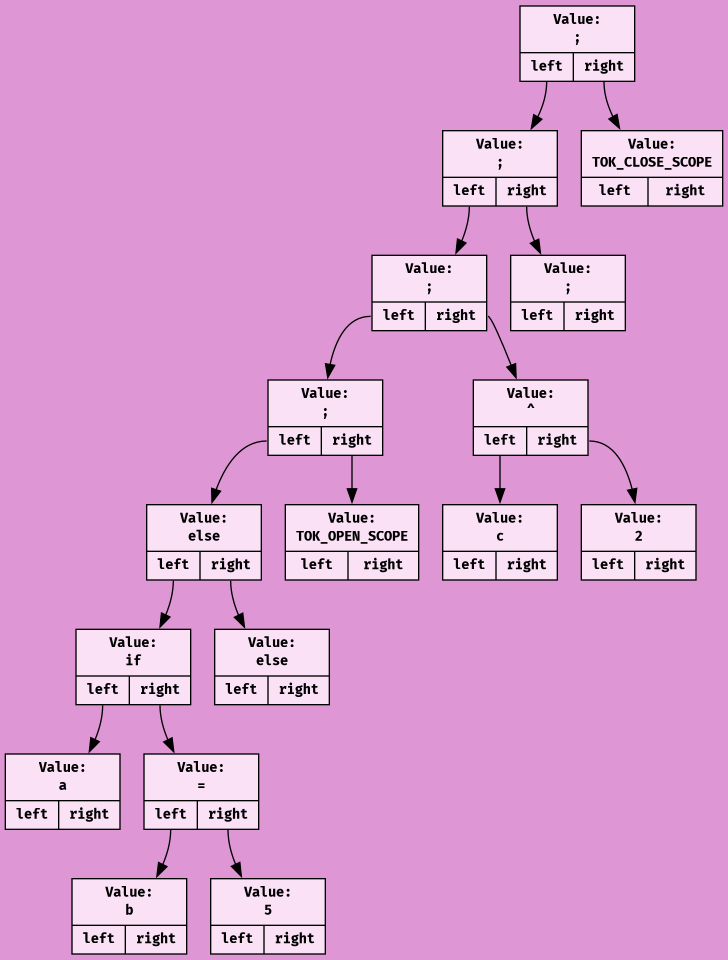
This is examples/ast.png from Wool5443/Thistle, a Graphviz export, as it was before one commit. Its source is kept beside it as examples/ast.dot.
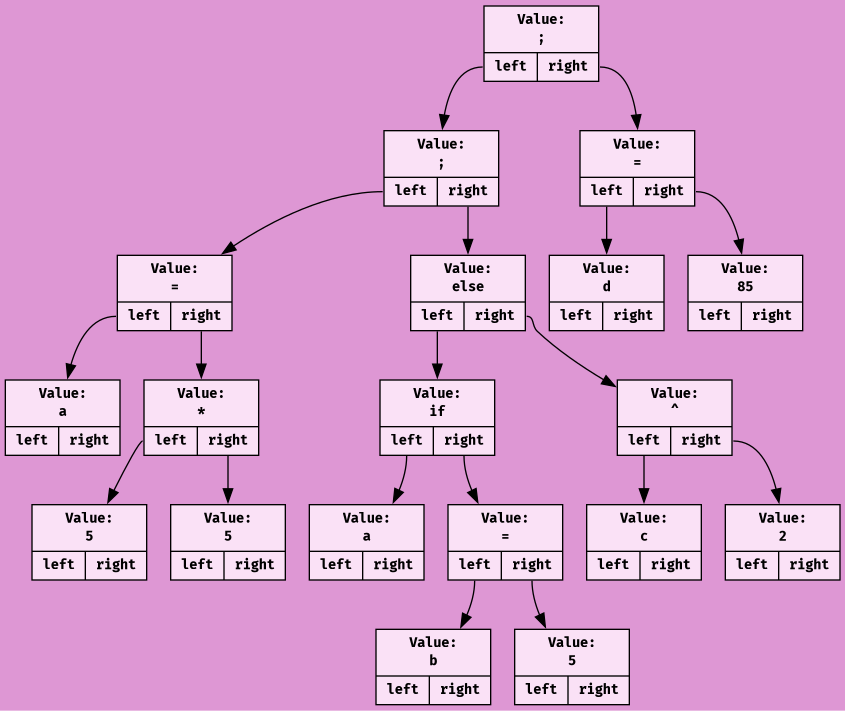
After the change.

What changed in the source:
```diff
@@ -3,39 +3,43 @@
 rankdir = TB;
 node[shape = record, color = "#000000", fontname = "Fira Code Bold", fontsize = 10];
 bgcolor = "#de97d4";
-NODE_0x7a2adadffb80[style = "filled", fillcolor = "#fae1f6", label = "{Value:\n;|{<left>left|<right>right}}"];
-NODE_0x7a2adadffb10[style = "filled", fillcolor = "#fae1f6", label = "{Value:\n;|{<left>left|<right>right}}"];
-NODE_0x7a2adadffaa0[style = "filled", fillcolor = "#fae1f6", label = "{Value:\n;|{<left>left|<right>right}}"];
-NODE_0x7a2adadff9c0[style = "filled", fillcolor = "#fae1f6", label = "{Value:\n;|{<left>left|<right>right}}"];
-NODE_0x7a2adadff950[style = "filled", fillcolor = "#fae1f6", label = "{Value:\nelse|{<left>left|<right>right}}"];
-NODE_0x7a2adadff8e0[style = "filled", fillcolor = "#fae1f6", label = "{Value:\nif|{<left>left|<right>right}}"];
-NODE_0x7a2adadff800[style = "filled", fillcolor = "#fae1f6", label = "{Value:\na|{<left>left|<right>right}}"];
-NODE_0x7a2adadff8a8[style = "filled", fillcolor = "#fae1f6", label = "{Value:\n=|{<left>left|<right>right}}"];
-NODE_0x7a2adadff838[style = "filled", fillcolor = "#fae1f6", label = "{Value:\nb|{<left>left|<right>right}}"];
-NODE_0x7a2adadff870[style = "filled", fillcolor = "#fae1f6", label = "{Value:\n5|{<left>left|<right>right}}"];
-NODE_0x7a2adadff918[style = "filled", fillcolor = "#fae1f6", label = "{Value:\nelse|{<left>left|<right>right}}"];
-NODE_0x7a2adadff988[style = "filled", fillcolor = "#fae1f6", label = "{Value:\nTOK_OPEN_SCOPE|{<left>left|<right>right}}"];
-NODE_0x7a2adadffa68[style = "filled", fillcolor = "#fae1f6", label = "{Value:\n^|{<left>left|<right>right}}"];
-NODE_0x7a2adadff9f8[style = "filled", fillcolor = "#fae1f6", label = "{Value:\nc|{<left>left|<right>right}}"];
-NODE_0x7a2adadffa30[style = "filled", fillcolor = "#fae1f6", label = "{Value:\n2|{<left>left|<right>right}}"];
-NODE_0x7a2adadffad8[style = "filled", fillcolor = "#fae1f6", label = "{Value:\n;|{<left>left|<right>right}}"];
-NODE_0x7a2adadffb48[style = "filled", fillcolor = "#fae1f6", label = "{Value:\nTOK_CLOSE_SCOPE|{<left>left|<right>right}}"];
-NODE_0x7a2adadffb80:left->NODE_0x7a2adadffb10;
-NODE_0x7a2adadffb10:left->NODE_0x7a2adadffaa0;
-NODE_0x7a2adadffaa0:left->NODE_0x7a2adadff9c0;
-NODE_0x7a2adadff9c0:left->NODE_0x7a2adadff950;
-NODE_0x7a2adadff950:left->NODE_0x7a2adadff8e0;
-NODE_0x7a2adadff8e0:left->NODE_0x7a2adadff800;
-NODE_0x7a2adadff8e0:right->NODE_0x7a2adadff8a8;
-NODE_0x7a2adadff8a8:left->NODE_0x7a2adadff838;
-NODE_0x7a2adadff8a8:right->NODE_0x7a2adadff870;
-NODE_0x7a2adadff950:right->NODE_0x7a2adadff918;
-NODE_0x7a2adadff9c0:right->NODE_0x7a2adadff988;
-NODE_0x7a2adadffaa0:right->NODE_0x7a2adadffa68;
-NODE_0x7a2adadffa68:left->NODE_0x7a2adadff9f8;
-NODE_0x7a2adadffa68:right->NODE_0x7a2adadffa30;
-NODE_0x7a2adadffb10:right->NODE_0x7a2adadffad8;
-NODE_0x7a2adadffb80:right->NODE_0x7a2adadffb48;
+NODE_0x7599df9ffbf0[style = "filled", fillcolor = "#fae1f6", label = "{Value:\n;|{<left>left|<right>right}}"];
+NODE_0x7599df9ffb10[style = "filled", fillcolor = "#fae1f6", label = "{Value:\n;|{<left>left|<right>right}}"];
+NODE_0x7599df9ff8e0[style = "filled", fillcolor = "#fae1f6", label = "{Value:\n=|{<left>left|<right>right}}"];
+NODE_0x7599df9ff800[style = "filled", fillcolor = "#fae1f6", label = "{Value:\na|{<left>left|<right>right}}"];
+NODE_0x7599df9ff8a8[style = "filled", fillcolor = "#fae1f6", label = "{Value:\n*|{<left>left|<right>right}}"];
+NODE_0x7599df9ff838[style = "filled", fillcolor = "#fae1f6", label = "{Value:\n5|{<left>left|<right>right}}"];
+NODE_0x7599df9ff870[style = "filled", fillcolor = "#fae1f6", label = "{Value:\n5|{<left>left|<right>right}}"];
+NODE_0x7599df9ffad8[style = "filled", fillcolor = "#fae1f6", label = "{Value:\nelse|{<left>left|<right>right}}"];
+NODE_0x7599df9ff9f8[style = "filled", fillcolor = "#fae1f6", label = "{Value:\nif|{<left>left|<right>right}}"];
+NODE_0x7599df9ff918[style = "filled", fillcolor = "#fae1f6", label = "{Value:\na|{<left>left|<right>right}}"];
+NODE_0x7599df9ff9c0[style = "filled", fillcolor = "#fae1f6", label = "{Value:\n=|{<left>left|<right>right}}"];
+NODE_0x7599df9ff950[style = "filled", fillcolor = "#fae1f6", label = "{Value:\nb|{<left>left|<right>right}}"];
+NODE_0x7599df9ff988[style = "filled", fillcolor = "#fae1f6", label = "{Value:\n5|{<left>left|<right>right}}"];
+NODE_0x7599df9ffaa0[style = "filled", fillcolor = "#fae1f6", label = "{Value:\n^|{<left>left|<right>right}}"];
+NODE_0x7599df9ffa30[style = "filled", fillcolor = "#fae1f6", label = "{Value:\nc|{<left>left|<right>right}}"];
+NODE_0x7599df9ffa68[style = "filled", fillcolor = "#fae1f6", label = "{Value:\n2|{<left>left|<right>right}}"];
+NODE_0x7599df9ffbb8[style = "filled", fillcolor = "#fae1f6", label = "{Value:\n=|{<left>left|<right>right}}"];
+NODE_0x7599df9ffb48[style = "filled", fillcolor = "#fae1f6", label = "{Value:\nd|{<left>left|<right>right}}"];
+NODE_0x7599df9ffb80[style = "filled", fillcolor = "#fae1f6", label = "{Value:\n85|{<left>left|<right>right}}"];
+NODE_0x7599df9ffbf0:left->NODE_0x7599df9ffb10;
+NODE_0x7599df9ffb10:left->NODE_0x7599df9ff8e0;
+NODE_0x7599df9ff8e0:left->NODE_0x7599df9ff800;
+NODE_0x7599df9ff8e0:right->NODE_0x7599df9ff8a8;
+NODE_0x7599df9ff8a8:left->NODE_0x7599df9ff838;
+NODE_0x7599df9ff8a8:right->NODE_0x7599df9ff870;
+NODE_0x7599df9ffb10:right->NODE_0x7599df9ffad8;
+NODE_0x7599df9ffad8:left->NODE_0x7599df9ff9f8;
+NODE_0x7599df9ff9f8:left->NODE_0x7599df9ff918;
+NODE_0x7599df9ff9f8:right->NODE_0x7599df9ff9c0;
+NODE_0x7599df9ff9c0:left->NODE_0x7599df9ff950;
+NODE_0x7599df9ff9c0:right->NODE_0x7599df9ff988;
+NODE_0x7599df9ffad8:right->NODE_0x7599df9ffaa0;
+NODE_0x7599df9ffaa0:left->NODE_0x7599df9ffa30;
+NODE_0x7599df9ffaa0:right->NODE_0x7599df9ffa68;
+NODE_0x7599df9ffbf0:right->NODE_0x7599df9ffbb8;
+NODE_0x7599df9ffbb8:left->NODE_0x7599df9ffb48;
+NODE_0x7599df9ffbb8:right->NODE_0x7599df9ffb80;
 
-NODE_0x7a2adadffb80
+NODE_0x7599df9ffbf0
 }
```
